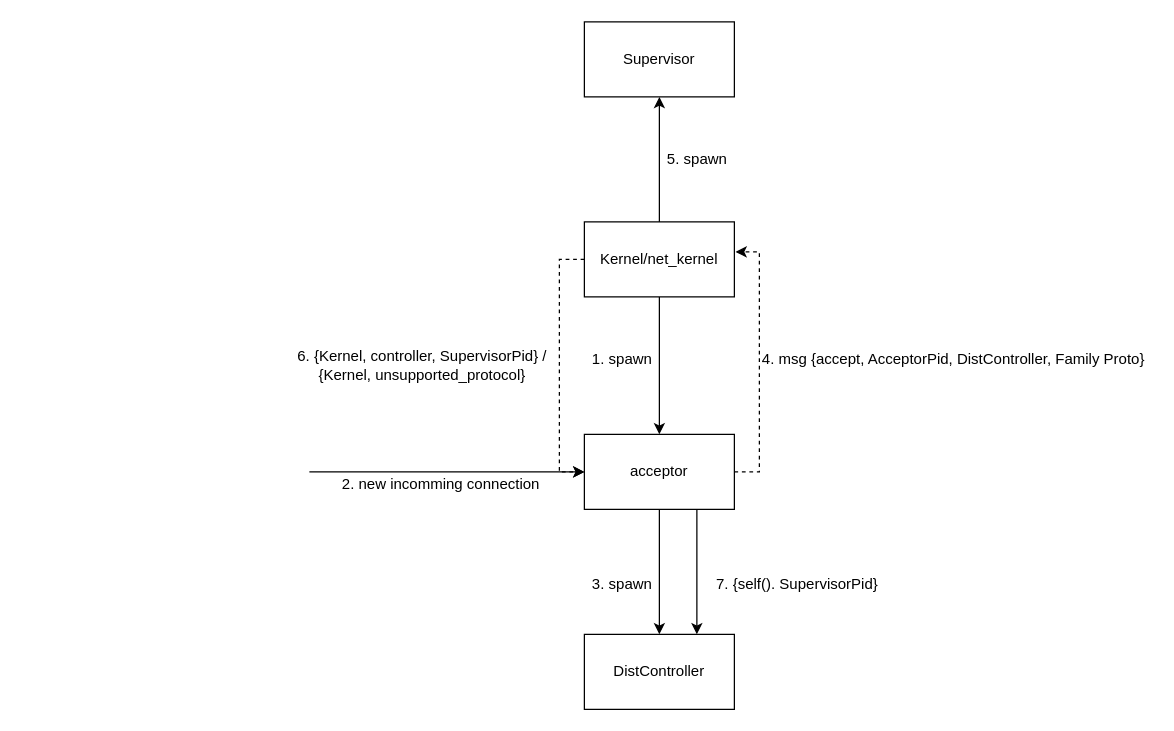
Above: docs/architecture.drawio.xml in mickel8/quic_dist (draw.io), before the change. Source tidied: cells renumbered, new cells numbered last; positions are measured from the earlier drawing's top-left corner, leaving out a move shared by most shapes. Both pictures are drawn from the tidied source at 125%, with x=0, y=0 at pixel (290, 21).
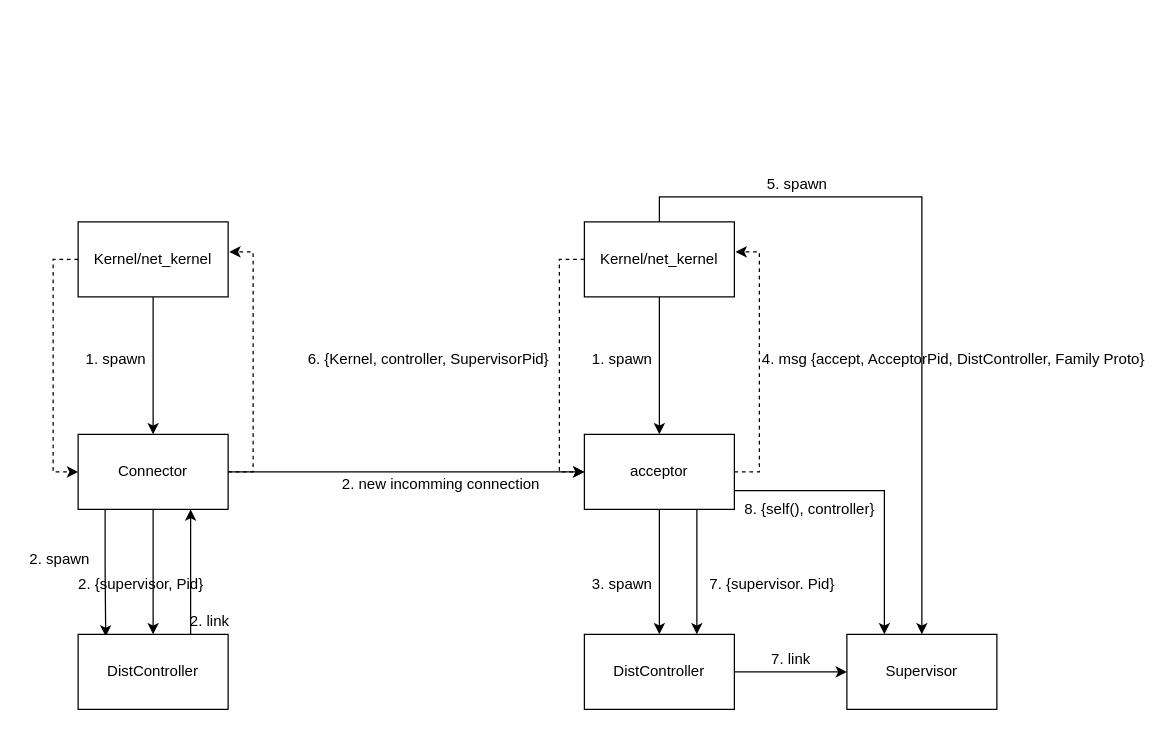
Above is the later version.

Commit message (it also covers changes not shown here):
Include connector side in the architecture diagram (#25)

The change refers to these unchanged cells:
```xml
<mxCell id="5" value="Kernel/net_kernel" style="rounded=0;whiteSpace=wrap;html=1;" parent="1" vertex="1">
  <mxGeometry x="235" y="160" width="120" height="60" as="geometry" />
</mxCell>
<mxCell id="10" value="acceptor" style="rounded=0;whiteSpace=wrap;html=1;" parent="1" vertex="1">
  <mxGeometry x="235" y="330" width="120" height="60" as="geometry" />
</mxCell>
<mxCell id="13" value="DistController" style="rounded=0;whiteSpace=wrap;html=1;" parent="1" vertex="1">
  <mxGeometry x="235" y="490" width="120" height="60" as="geometry" />
</mxCell>
```

What changed in the source:
```diff
@@
-    <mxCell id="4" style="edgeStyle=orthogonalEdgeStyle;rounded=0;jettySize=auto;html=1;exitX=0.5;exitY=0;exitDx=0;exitDy=0;startArrow=none;startFill=0;endArrow=classic;endFill=1;entryX=0.5;entryY=1;entryDx=0;entryDy=0;" parent="1" edge="1" source="5" target="17">
-      <mxGeometry relative="1" as="geometry" />
+    <mxCell id="4" style="edgeStyle=orthogonalEdgeStyle;rounded=0;jettySize=auto;html=1;exitX=0.5;exitY=0;exitDx=0;exitDy=0;startArrow=none;startFill=0;endArrow=classic;endFill=1;entryX=0.5;entryY=0;entryDx=0;entryDy=0;" parent="1" edge="1" source="5" target="17">
+      <mxGeometry relative="1" as="geometry">
+        <Array as="points">
+          <mxPoint x="295" y="140" />
+          <mxPoint x="505" y="140" />
+        </Array>
+      </mxGeometry>
     </mxCell>
@@
-    <mxCell id="8" style="edgeStyle=orthogonalEdgeStyle;rounded=0;jettySize=auto;html=1;exitX=0;exitY=0.5;exitDx=0;exitDy=0;startArrow=classic;startFill=1;endArrow=none;endFill=0;" parent="1" edge="1" source="10">
-      <mxGeometry relative="1" as="geometry">
-        <mxPoint x="15" y="360" as="targetPoint" />
-      </mxGeometry>
+    <mxCell id="8" style="edgeStyle=orthogonalEdgeStyle;rounded=0;jettySize=auto;html=1;exitX=0;exitY=0.5;exitDx=0;exitDy=0;startArrow=classic;startFill=1;endArrow=none;endFill=0;entryX=1;entryY=0.5;entryDx=0;entryDy=0;" parent="1" edge="1" source="10" target="28">
+      <mxGeometry relative="1" as="geometry" />
     </mxCell>
@@
+    <mxCell id="20" style="edgeStyle=orthogonalEdgeStyle;rounded=0;jettySize=auto;html=1;exitX=1;exitY=0.75;exitDx=0;exitDy=0;entryX=0.25;entryY=0;entryDx=0;entryDy=0;" parent="1" edge="1" source="10" target="17">
+      <mxGeometry relative="1" as="geometry" />
+    </mxCell>
@@
+    <mxCell id="21" style="edgeStyle=orthogonalEdgeStyle;rounded=0;jettySize=auto;html=1;entryX=0;entryY=0.5;entryDx=0;entryDy=0;" parent="1" edge="1" source="13" target="17">
+      <mxGeometry relative="1" as="geometry" />
+    </mxCell>
@@
-    <mxCell id="15" value="6. {Kernel, controller, SupervisorPid} /&lt;br&gt;{Kernel, unsupported_protocol}" style="text;html=1;align=center;verticalAlign=middle;strokeColor=none;fillColor=none;" parent="1" vertex="1">
-      <mxGeometry y="260" width="210" height="30" as="geometry" />
+    <mxCell id="15" value="6. {Kernel, controller, SupervisorPid} " style="text;html=1;align=center;verticalAlign=middle;strokeColor=none;fillColor=none;" parent="1" vertex="1">
+      <mxGeometry x="5" y="260" width="210" height="20" as="geometry" />
     </mxCell>
@@
     <mxCell id="17" value="Supervisor" style="rounded=0;whiteSpace=wrap;html=1;" parent="1" vertex="1">
-      <mxGeometry x="235" width="120" height="60" as="geometry" />
+      <mxGeometry x="445" y="490" width="120" height="60" as="geometry" />
     </mxCell>
     <mxCell id="18" value="5. spawn" style="text;html=1;align=center;verticalAlign=middle;strokeColor=none;fillColor=none;" parent="1" vertex="1">
-      <mxGeometry x="295" y="100" width="60" height="20" as="geometry" />
+      <mxGeometry x="375" y="120" width="60" height="20" as="geometry" />
     </mxCell>
-    <mxCell id="19" value="7. {self(). SupervisorPid}" style="text;html=1;align=center;verticalAlign=middle;strokeColor=none;fillColor=none;" parent="1" vertex="1">
-      <mxGeometry x="335" y="440" width="140" height="20" as="geometry" />
+    <mxCell id="19" value="7. {supervisor. Pid}" style="text;html=1;align=center;verticalAlign=middle;strokeColor=none;fillColor=none;" parent="1" vertex="1">
+      <mxGeometry x="325" y="440" width="120" height="20" as="geometry" />
     </mxCell>
+    <mxCell id="22" style="edgeStyle=orthogonalEdgeStyle;rounded=0;jettySize=auto;html=1;exitX=0.5;exitY=1;exitDx=0;exitDy=0;entryX=0.5;entryY=0;entryDx=0;entryDy=0;" parent="1" edge="1" source="24" target="28">
+      <mxGeometry relative="1" as="geometry" />
+    </mxCell>
+    <mxCell id="23" style="edgeStyle=orthogonalEdgeStyle;rounded=0;jettySize=auto;html=1;exitX=0;exitY=0.5;exitDx=0;exitDy=0;entryX=0;entryY=0.5;entryDx=0;entryDy=0;dashed=1;" parent="1" edge="1" source="24" target="28">
+      <mxGeometry relative="1" as="geometry" />
+    </mxCell>
+    <mxCell id="24" value="Kernel/net_kernel" style="rounded=0;whiteSpace=wrap;html=1;" parent="1" vertex="1">
+      <mxGeometry x="-170" y="160" width="120" height="60" as="geometry" />
+    </mxCell>
+    <mxCell id="25" style="edgeStyle=orthogonalEdgeStyle;rounded=0;jettySize=auto;html=1;exitX=1;exitY=0.5;exitDx=0;exitDy=0;entryX=1.008;entryY=0.4;entryDx=0;entryDy=0;entryPerimeter=0;dashed=1;" parent="1" edge="1" source="28" target="24">
+      <mxGeometry relative="1" as="geometry" />
+    </mxCell>
+    <mxCell id="26" style="edgeStyle=orthogonalEdgeStyle;rounded=0;jettySize=auto;html=1;exitX=0.18;exitY=0.995;exitDx=0;exitDy=0;entryX=0.184;entryY=0.028;entryDx=0;entryDy=0;exitPerimeter=0;entryPerimeter=0;" parent="1" edge="1" source="28" target="31">
+      <mxGeometry relative="1" as="geometry" />
+    </mxCell>
+    <mxCell id="27" style="edgeStyle=orthogonalEdgeStyle;rounded=0;jettySize=auto;html=1;exitX=0.5;exitY=1;exitDx=0;exitDy=0;" parent="1" edge="1" source="28" target="31">
+      <mxGeometry relative="1" as="geometry" />
+    </mxCell>
+    <mxCell id="28" value="Connector" style="rounded=0;whiteSpace=wrap;html=1;" parent="1" vertex="1">
+      <mxGeometry x="-170" y="330" width="120" height="60" as="geometry" />
+    </mxCell>
+    <mxCell id="29" value="1. spawn" style="text;html=1;align=center;verticalAlign=middle;strokeColor=none;fillColor=none;" parent="1" vertex="1">
+      <mxGeometry x="-170" y="260" width="60" height="20" as="geometry" />
+    </mxCell>
+    <mxCell id="30" style="edgeStyle=orthogonalEdgeStyle;rounded=0;jettySize=auto;html=1;exitX=0.75;exitY=0;exitDx=0;exitDy=0;entryX=0.75;entryY=1;entryDx=0;entryDy=0;" parent="1" edge="1" source="31" target="28">
+      <mxGeometry relative="1" as="geometry" />
+    </mxCell>
+    <mxCell id="31" value="DistController" style="rounded=0;whiteSpace=wrap;html=1;" parent="1" vertex="1">
+      <mxGeometry x="-170" y="490" width="120" height="60" as="geometry" />
+    </mxCell>
+    <mxCell id="32" value="2. spawn" style="text;html=1;align=center;verticalAlign=middle;strokeColor=none;fillColor=none;" parent="1" vertex="1">
+      <mxGeometry x="-215" y="420" width="60" height="20" as="geometry" />
+    </mxCell>
+    <mxCell id="33" value="2. {supervisor, Pid}" style="text;html=1;align=center;verticalAlign=middle;strokeColor=none;fillColor=none;" parent="1" vertex="1">
+      <mxGeometry x="-180" y="440" width="120" height="20" as="geometry" />
+    </mxCell>
+    <mxCell id="34" value="7. link" style="text;html=1;align=center;verticalAlign=middle;strokeColor=none;fillColor=none;" parent="1" vertex="1">
+      <mxGeometry x="375" y="500" width="50" height="20" as="geometry" />
+    </mxCell>
+    <mxCell id="35" value="2. link" style="text;html=1;align=center;verticalAlign=middle;strokeColor=none;fillColor=none;" parent="1" vertex="1">
+      <mxGeometry x="-90" y="470" width="50" height="20" as="geometry" />
+    </mxCell>
+    <mxCell id="36" value="8. {self(), controller}" style="text;html=1;align=center;verticalAlign=middle;strokeColor=none;fillColor=none;" parent="1" vertex="1">
+      <mxGeometry x="355" y="380" width="120" height="20" as="geometry" />
+    </mxCell>
```
